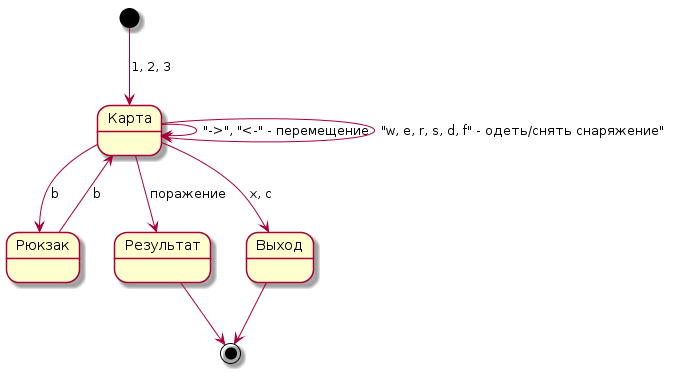
Before: diagrams/States.png, a diagram exported from PlantUML (aviator737x/Roguelike). Its diagram source:
```plantuml
@startuml
[*] --> Карта : 1, 2, 3
Карта -> Карта : "->", "<-" - перемещение
Карта -> Карта: "w, e, r, s, d, f" - одеть/снять снаряжение"
Карта --> Рюкзак: b
Рюкзак --> Карта: b
Карта --> Результат: поражение
Карта --> Выход: x, c
Результат --> [*]
Выход --> [*]
@enduml
```
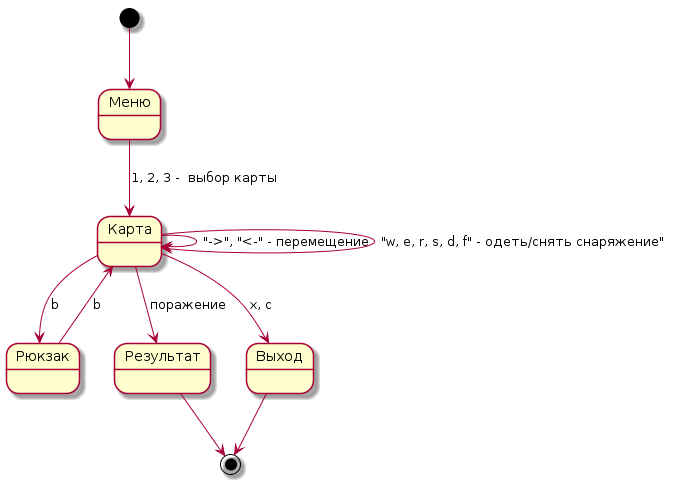
After the commit.

Commit message:
Add menu state

The edit, as a diff of the source:
```diff
@@ -1,5 +1,6 @@
 @startuml
-[*] --> Карта : 1, 2, 3
+[*] --> Меню
+Меню --> Карта : 1, 2, 3 -  выбор карты
 Карта -> Карта : "->", "<-" - перемещение
 Карта -> Карта: "w, e, r, s, d, f" - одеть/снять снаряжение"
 Карта --> Рюкзак: b
```
